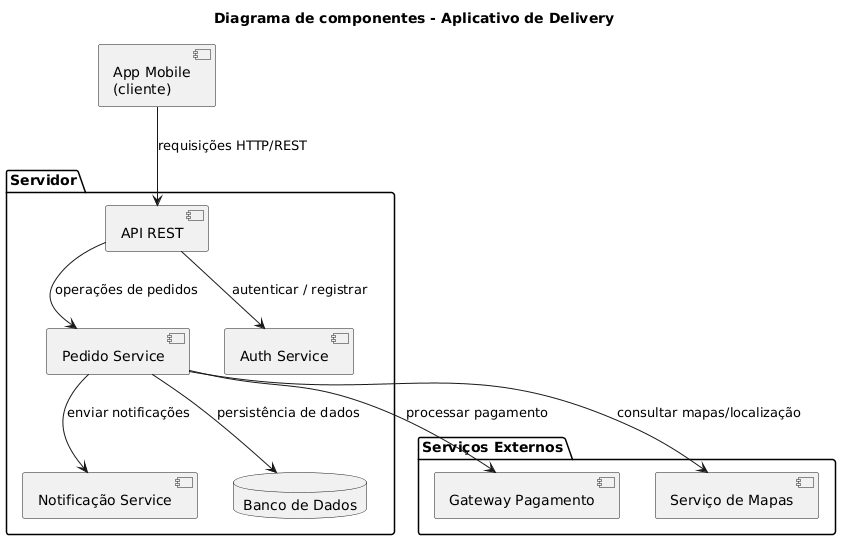
Before: 08-UML-Componentes-&-Pacotes/diagrama_componentes.png, a diagram exported from PlantUML (Gabriel-Crdz/AnaliseModelagem-II).
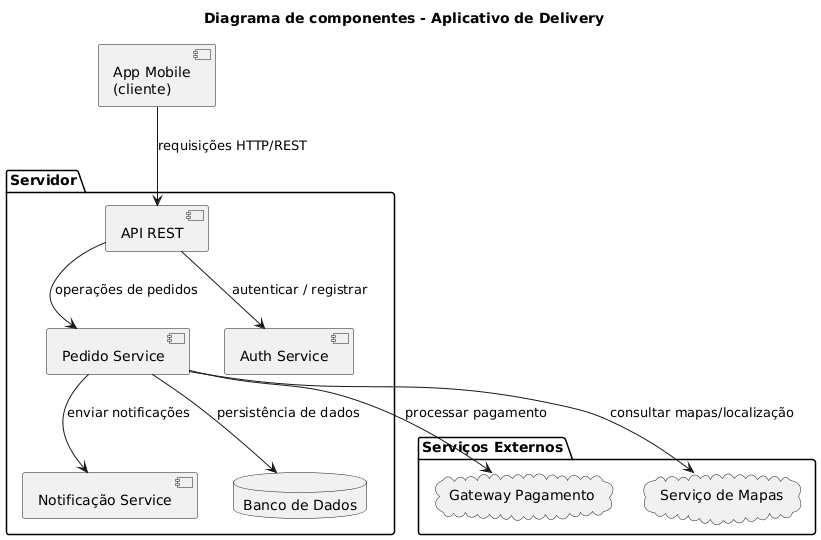
After the commit.

Change to the diagram source:
```diff
@@ -12,8 +12,8 @@
 }
 
 package "Serviços Externos" {
-    component "Gateway Pagamento" as GatewayPagamento
-    component "Serviço de Mapas" as ServicoMapas
+    cloud "Gateway Pagamento" as GatewayPagamento
+    cloud "Serviço de Mapas" as ServicoMapas
 }
 
 
```
